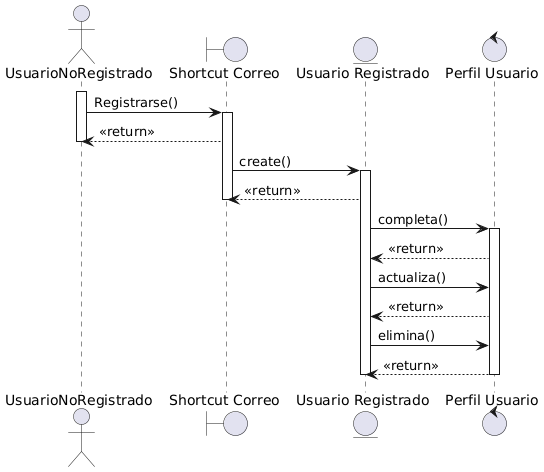
This is documents/Diagramas Secuencia/Diagramas/bloq1_diagrama_secuencia.png from dabien3/ES25UAB-511-05, a PlantUML export, as it was before one commit. The source it was exported from:
```plantuml
@startuml
actor UsuarioNoRegistrado
boundary "Shortcut Correo" as ShortcutCorreo
entity "Usuario Registrado" as UsuarioRegistrado
control "Perfil Usuario" as PerfilUsuario

activate UsuarioNoRegistrado
UsuarioNoRegistrado -> ShortcutCorreo : Registrarse()
activate ShortcutCorreo

ShortcutCorreo --> UsuarioNoRegistrado : <<return>>
deactivate UsuarioNoRegistrado

ShortcutCorreo -> UsuarioRegistrado : create()
activate UsuarioRegistrado

UsuarioRegistrado --> ShortcutCorreo : <<return>>
deactivate ShortcutCorreo

UsuarioRegistrado -> PerfilUsuario : completa()
activate PerfilUsuario
PerfilUsuario --> UsuarioRegistrado : <<return>>

UsuarioRegistrado -> PerfilUsuario : actualiza()
PerfilUsuario --> UsuarioRegistrado : <<return>>

UsuarioRegistrado -> PerfilUsuario : elimina()
PerfilUsuario --> UsuarioRegistrado : <<return>>
deactivate PerfilUsuario

deactivate UsuarioRegistrado
@enduml
```
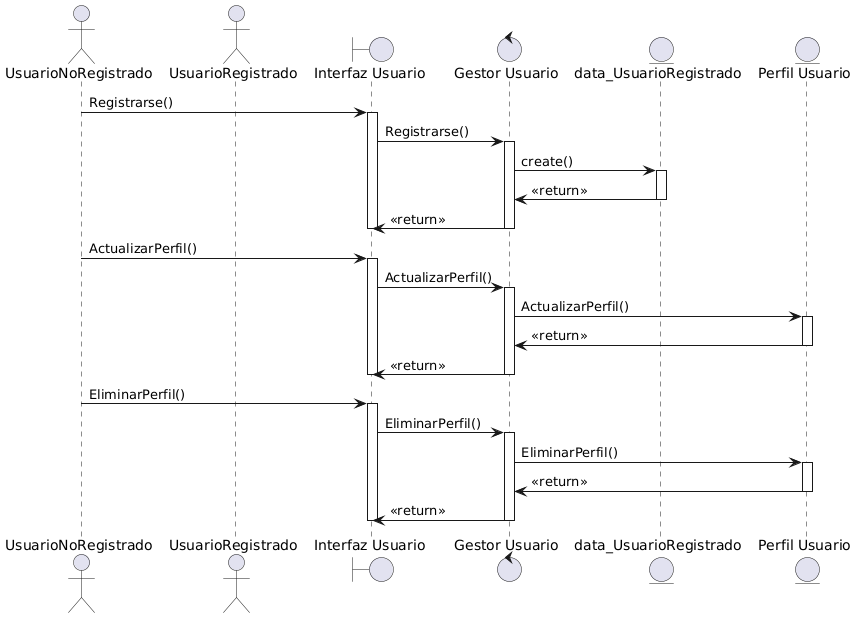
The same diagram one commit later.

Commit message:
review bloq1 diagramaseq

Diff of the diagram source:
```diff
@@ -1,32 +1,46 @@
 @startuml
 actor UsuarioNoRegistrado
-boundary "Shortcut Correo" as ShortcutCorreo
-entity "Usuario Registrado" as UsuarioRegistrado
-control "Perfil Usuario" as PerfilUsuario
+actor UsuarioRegistrado
+boundary "Interfaz Usuario" as InterfazUsuario
+control "Gestor Usuario" as GestorUsuario
+entity "data_UsuarioRegistrado" as data_UsuarioRegistrado
+entity "Perfil Usuario" as PerfilUsuario
 
-activate UsuarioNoRegistrado
-UsuarioNoRegistrado -> ShortcutCorreo : Registrarse()
-activate ShortcutCorreo
+UsuarioNoRegistrado -> InterfazUsuario : Registrarse()
+activate InterfazUsuario
+InterfazUsuario -> GestorUsuario : Registrarse()
+activate GestorUsuario
+GestorUsuario -> data_UsuarioRegistrado : create()
+activate data_UsuarioRegistrado
+data_UsuarioRegistrado -> GestorUsuario : <<return>>
+deactivate data_UsuarioRegistrado
+GestorUsuario -> InterfazUsuario : <<return>>
+deactivate GestorUsuario
+deactivate InterfazUsuario
 
-ShortcutCorreo --> UsuarioNoRegistrado : <<return>>
-deactivate UsuarioNoRegistrado
+UsuarioNoRegistrado -> InterfazUsuario : ActualizarPerfil()
+activate InterfazUsuario
+InterfazUsuario -> GestorUsuario : ActualizarPerfil()
+activate GestorUsuario
+GestorUsuario -> PerfilUsuario : ActualizarPerfil()
+activate PerfilUsuario
+PerfilUsuario -> GestorUsuario : <<return>>
+deactivate PerfilUsuario
+GestorUsuario -> InterfazUsuario : <<return>>
+deactivate GestorUsuario
+deactivate InterfazUsuario
 
-ShortcutCorreo -> UsuarioRegistrado : create()
-activate UsuarioRegistrado
-
-UsuarioRegistrado --> ShortcutCorreo : <<return>>
-deactivate ShortcutCorreo
-
-UsuarioRegistrado -> PerfilUsuario : completa()
+UsuarioNoRegistrado -> InterfazUsuario : EliminarPerfil()
+activate InterfazUsuario
+InterfazUsuario -> GestorUsuario : EliminarPerfil()
+activate GestorUsuario
+GestorUsuario -> PerfilUsuario : EliminarPerfil()
 activate PerfilUsuario
-PerfilUsuario --> UsuarioRegistrado : <<return>>
-
-UsuarioRegistrado -> PerfilUsuario : actualiza()
-PerfilUsuario --> UsuarioRegistrado : <<return>>
-
-UsuarioRegistrado -> PerfilUsuario : elimina()
-PerfilUsuario --> UsuarioRegistrado : <<return>>
+PerfilUsuario -> GestorUsuario : <<return>>
 deactivate PerfilUsuario
+GestorUsuario -> InterfazUsuario : <<return>>
+deactivate GestorUsuario
+deactivate InterfazUsuario
 
 deactivate UsuarioRegistrado
 @enduml
```
